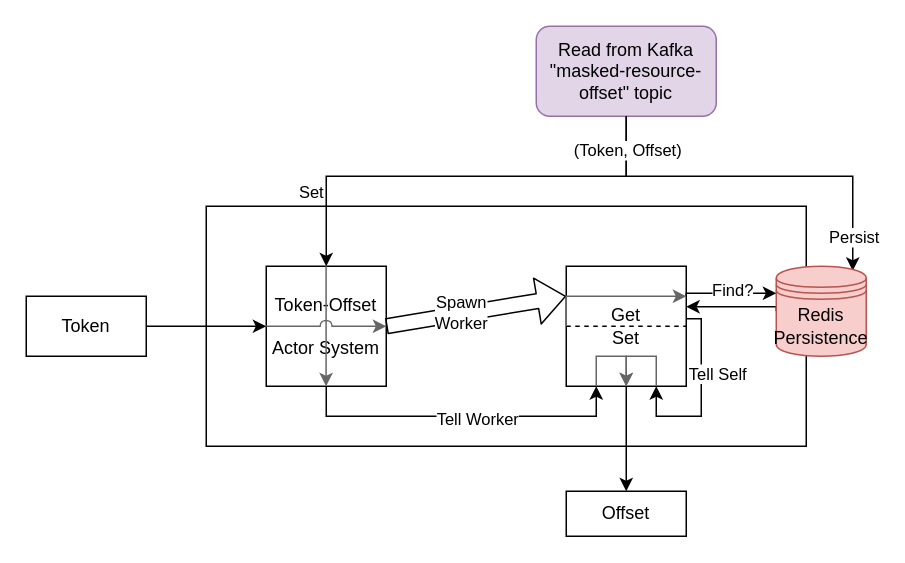
gchq/Palisade-services keeps this draw.io diagram as filtered-resource-service/doc/Filtered-Resource-Offset-Actor-System.drawio. Above is the earlier version. Source tidied: cells renumbered, new cells numbered last; positions are measured from the earlier drawing's top-left corner, leaving out a move shared by most shapes. Both pictures are drawn from the tidied source at 150%, with x=0, y=0 at pixel (26, 26).
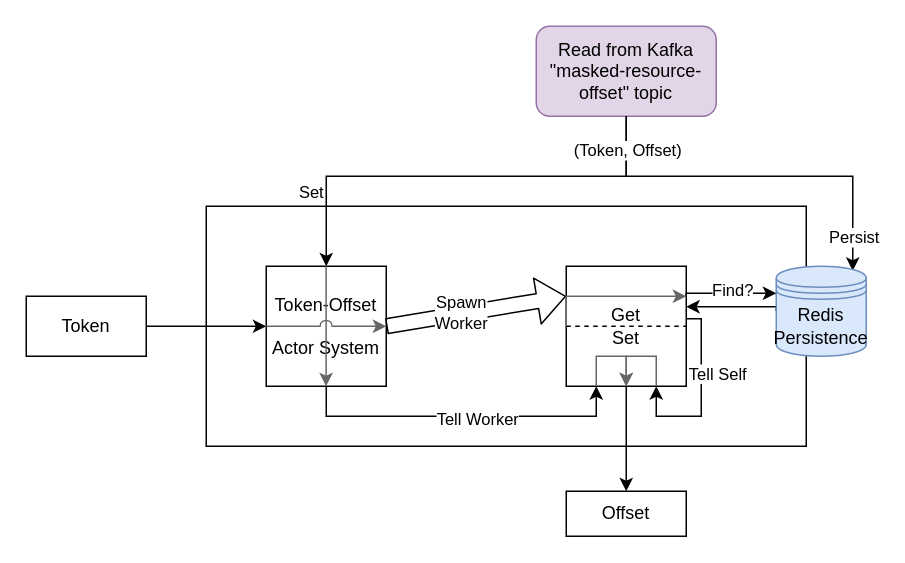
After the change.

Diff of the diagram source:
```diff
@@
-    <mxCell id="16" value="&lt;div&gt;Redis&lt;/div&gt;&lt;div&gt;Persistence&lt;br&gt;&lt;/div&gt;" style="shape=datastore;whiteSpace=wrap;html=1;fillColor=#f8cecc;strokeColor=#b85450;" parent="1" vertex="1">
+    <mxCell id="16" value="&lt;div&gt;Redis&lt;/div&gt;&lt;div&gt;Persistence&lt;br&gt;&lt;/div&gt;" style="shape=datastore;whiteSpace=wrap;html=1;fillColor=#dae8fc;strokeColor=#6c8ebf;" parent="1" vertex="1">
       <mxGeometry x="500" y="160" width="60" height="60" as="geometry" />
     </mxCell>
```
